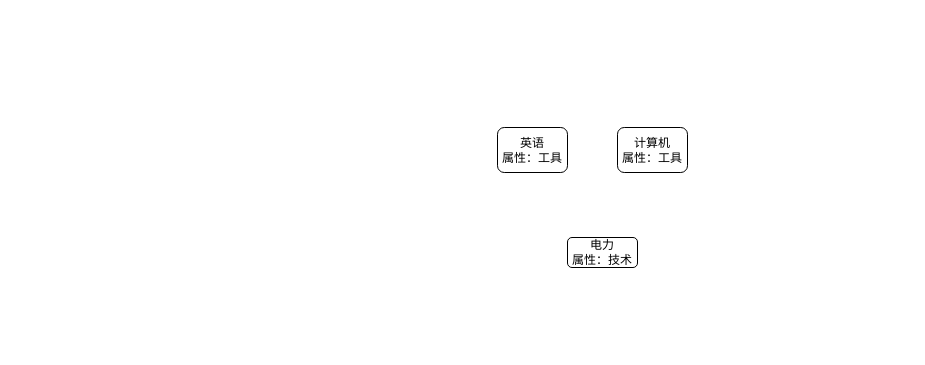
Before: 未命名绘图.drawio in Meijingzhi-kou/github-slideshow, a draw.io diagram. Source tidied: cells renumbered, new cells numbered last; positions are measured from the earlier drawing's top-left corner, leaving out a move shared by most shapes. Both pictures are drawn from the tidied source at 100%, with x=0, y=0 at pixel (497, 127).
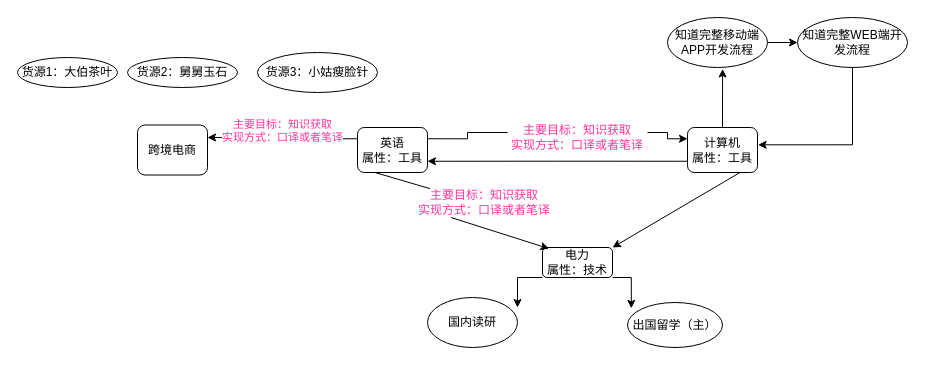
Above is the later version.

Commit message:
更新未命名绘图.drawio

The edit, as a diff of the source:
```diff
@@
+    <mxCell id="5" style="edgeStyle=orthogonalEdgeStyle;rounded=0;jettySize=auto;html=1;exitX=1;exitY=0.25;exitDx=0;exitDy=0;entryX=0;entryY=0.25;entryDx=0;entryDy=0;startArrow=none;" parent="1" edge="1" source="15" target="3">
+      <mxGeometry relative="1" as="geometry" />
+    </mxCell>
+    <mxCell id="6" value="&#10;&lt;div&gt;&lt;font color=&quot;#FF3399&quot;&gt;主要目标：知识获取&lt;/font&gt;&lt;/div&gt;&lt;div&gt;&lt;font color=&quot;#FF3399&quot;&gt;实现方式：口译或者笔译&lt;/font&gt;&lt;/div&gt;&#10;&#10;" style="edgeStyle=orthogonalEdgeStyle;rounded=0;jettySize=auto;html=1;exitX=0;exitY=0.25;exitDx=0;exitDy=0;entryX=1;entryY=0.25;entryDx=0;entryDy=0;fontColor=#000000;" parent="1" edge="1" source="2" target="23">
+      <mxGeometry relative="1" as="geometry" />
+    </mxCell>
     <mxCell id="2" value="&lt;div&gt;英语&lt;/div&gt;&lt;div&gt;属性：工具&lt;br&gt;&lt;/div&gt;" style="rounded=1;whiteSpace=wrap;html=1;" parent="1" vertex="1">
-      <mxGeometry width="70" height="45" as="geometry" />
+      <mxGeometry x="-140" width="70" height="45" as="geometry" />
     </mxCell>
+    <mxCell id="7" style="edgeStyle=orthogonalEdgeStyle;rounded=0;jettySize=auto;html=1;exitX=0;exitY=0.75;exitDx=0;exitDy=0;entryX=1;entryY=0.75;entryDx=0;entryDy=0;" parent="1" edge="1" source="3" target="2">
+      <mxGeometry relative="1" as="geometry" />
+    </mxCell>
     <mxCell id="3" value="&lt;div&gt;计算机&lt;/div&gt;&lt;div&gt;属性：工具&lt;br&gt;&lt;/div&gt;" style="rounded=1;whiteSpace=wrap;html=1;" parent="1" vertex="1">
-      <mxGeometry x="120" width="70" height="45" as="geometry" />
+      <mxGeometry x="190" width="70" height="45" as="geometry" />
     </mxCell>
+    <mxCell id="8" style="edgeStyle=orthogonalEdgeStyle;rounded=0;jettySize=auto;html=1;exitX=0;exitY=1;exitDx=0;exitDy=0;entryX=1;entryY=0.2;entryDx=0;entryDy=0;entryPerimeter=0;fontColor=#000000;" parent="1" edge="1" source="4" target="21">
+      <mxGeometry relative="1" as="geometry" />
+    </mxCell>
+    <mxCell id="9" style="edgeStyle=orthogonalEdgeStyle;rounded=0;jettySize=auto;html=1;exitX=1;exitY=1;exitDx=0;exitDy=0;entryX=0.04;entryY=0.129;entryDx=0;entryDy=0;entryPerimeter=0;fontColor=#000000;" parent="1" edge="1" source="4" target="22">
+      <mxGeometry relative="1" as="geometry" />
+    </mxCell>
     <mxCell id="4" value="&lt;div&gt;电力&lt;/div&gt;&lt;div&gt;属性：技术&lt;/div&gt;" style="rounded=1;whiteSpace=wrap;html=1;" parent="1" vertex="1">
-      <mxGeometry x="70" y="110" width="70" height="30" as="geometry" />
+      <mxGeometry x="45" y="120" width="70" height="30" as="geometry" />
     </mxCell>
+    <mxCell id="10" style="endArrow=classic;html=1;rounded=0;entryX=1;entryY=0;entryDx=0;entryDy=0;exitX=0.75;exitY=1;exitDx=0;exitDy=0;" parent="1" edge="1" source="3" target="4">
+      <mxGeometry relative="1" as="geometry" />
+    </mxCell>
+    <mxCell id="11" style="endArrow=classic;html=1;rounded=0;exitX=0.25;exitY=1;exitDx=0;exitDy=0;entryX=0.093;entryY=0.038;entryDx=0;entryDy=0;entryPerimeter=0;startArrow=none;" parent="1" edge="1" source="13" target="4">
+      <mxGeometry relative="1" as="geometry" />
+    </mxCell>
+    <mxCell id="12" style="endArrow=none;html=1;rounded=0;exitX=0.25;exitY=1;exitDx=0;exitDy=0;entryX=0.093;entryY=0.038;entryDx=0;entryDy=0;entryPerimeter=0;" parent="1" edge="1" source="2" target="13">
+      <mxGeometry relative="1" as="geometry" />
+    </mxCell>
+    <mxCell id="13" value="&lt;div&gt;&lt;font color=&quot;#FF3399&quot;&gt;主要目标：知识获取&lt;/font&gt;&lt;/div&gt;&lt;div&gt;&lt;font color=&quot;#FF3399&quot;&gt;实现方式：口译或者笔译&lt;br&gt;&lt;/font&gt;&lt;/div&gt;" style="text;html=1;strokeColor=none;fillColor=none;align=center;verticalAlign=middle;whiteSpace=wrap;rounded=0;" parent="1" vertex="1">
+      <mxGeometry x="-80" y="60" width="134" height="30" as="geometry" />
+    </mxCell>
+    <mxCell id="14" style="edgeStyle=orthogonalEdgeStyle;rounded=0;jettySize=auto;html=1;exitX=1;exitY=0.25;exitDx=0;exitDy=0;entryX=0;entryY=0.25;entryDx=0;entryDy=0;endArrow=none;" parent="1" edge="1" source="2" target="15">
+      <mxGeometry relative="1" as="geometry" />
+    </mxCell>
+    <mxCell id="15" value="&lt;div&gt;&lt;font color=&quot;#FF3399&quot;&gt;主要目标：知识获取&lt;/font&gt;&lt;/div&gt;&lt;div&gt;&lt;font color=&quot;#FF3399&quot;&gt;实现方式：口译或者笔译&lt;/font&gt;&lt;/div&gt;" style="text;html=1;strokeColor=none;fillColor=none;align=center;verticalAlign=middle;whiteSpace=wrap;rounded=0;" parent="1" vertex="1">
+      <mxGeometry x="10" width="140" height="20" as="geometry" />
+    </mxCell>
+    <mxCell id="16" style="edgeStyle=orthogonalEdgeStyle;rounded=0;jettySize=auto;html=1;exitX=1;exitY=0.5;exitDx=0;exitDy=0;entryX=0;entryY=0.5;entryDx=0;entryDy=0;fontColor=#000000;" parent="1" edge="1" source="17" target="19">
+      <mxGeometry relative="1" as="geometry" />
+    </mxCell>
+    <mxCell id="17" value="知道完整移动端APP开发流程" style="ellipse;whiteSpace=wrap;html=1;fontColor=#000000;" parent="1" vertex="1">
+      <mxGeometry x="170" y="-110" width="100" height="50" as="geometry" />
+    </mxCell>
+    <mxCell id="18" style="edgeStyle=orthogonalEdgeStyle;rounded=0;jettySize=auto;html=1;exitX=0.5;exitY=1;exitDx=0;exitDy=0;entryX=1.009;entryY=0.385;entryDx=0;entryDy=0;entryPerimeter=0;fontColor=#000000;" parent="1" edge="1" source="19" target="3">
+      <mxGeometry relative="1" as="geometry" />
+    </mxCell>
+    <mxCell id="19" value="知道完整WEB端开发流程" style="ellipse;whiteSpace=wrap;html=1;fontColor=#000000;" parent="1" vertex="1">
+      <mxGeometry x="300" y="-110" width="110" height="50" as="geometry" />
+    </mxCell>
+    <mxCell id="20" style="endArrow=classic;html=1;rounded=0;fontColor=#000000;exitX=0.5;exitY=0;exitDx=0;exitDy=0;entryX=0.551;entryY=1.03;entryDx=0;entryDy=0;entryPerimeter=0;" parent="1" edge="1" source="3" target="17">
+      <mxGeometry relative="1" as="geometry" />
+    </mxCell>
+    <mxCell id="21" value="国内读研" style="ellipse;whiteSpace=wrap;html=1;fontColor=#000000;" parent="1" vertex="1">
+      <mxGeometry x="-70" y="170" width="90" height="50" as="geometry" />
+    </mxCell>
+    <mxCell id="22" value="出国留学（主）" style="ellipse;whiteSpace=wrap;html=1;fontColor=#000000;" parent="1" vertex="1">
+      <mxGeometry x="130" y="175" width="95" height="45" as="geometry" />
+    </mxCell>
+    <mxCell id="23" value="跨境电商" style="rounded=1;whiteSpace=wrap;html=1;fontColor=#000000;" parent="1" vertex="1">
+      <mxGeometry x="-360" y="-2.5" width="70" height="50" as="geometry" />
+    </mxCell>
+    <mxCell id="24" value="货源1：大伯茶叶" style="ellipse;whiteSpace=wrap;html=1;fontColor=#000000;" parent="1" vertex="1">
+      <mxGeometry x="-480" y="-70" width="100" height="30" as="geometry" />
+    </mxCell>
+    <mxCell id="25" value="货源2：舅舅玉石" style="ellipse;whiteSpace=wrap;html=1;fontColor=#000000;" parent="1" vertex="1">
+      <mxGeometry x="-370" y="-70" width="110" height="30" as="geometry" />
+    </mxCell>
+    <mxCell id="26" value="货源3：小姑瘦脸针" style="ellipse;whiteSpace=wrap;html=1;fontColor=#000000;" parent="1" vertex="1">
+      <mxGeometry x="-240" y="-75" width="120" height="40" as="geometry" />
+    </mxCell>
```
